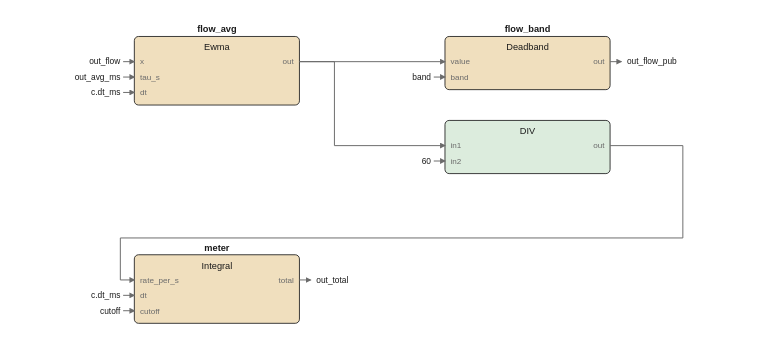
Above: images/logic/irr_mtr_output_fbd.drawio.svg in pstch/botanik2 (draw.io), before the change. Source tidied: cells renumbered, new cells last; positions are measured from the earlier drawing's top-left corner, leaving out a move shared by most shapes.
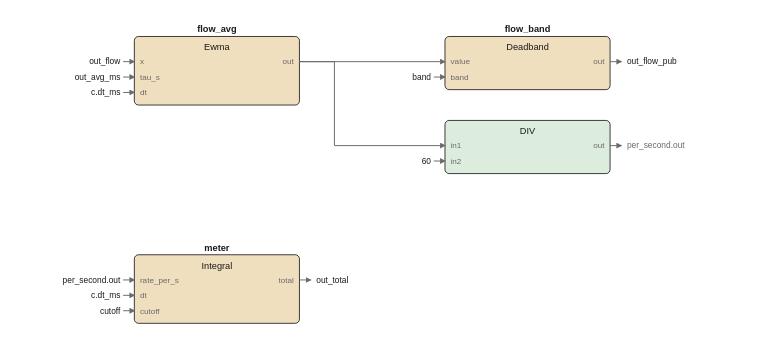
Later version of the same file.

Diff of the diagram source:
```diff
@@ -97,94 +97,100 @@
     </mxCell>
     <mxCell id="31" style="edgeStyle=none;html=1;strokeColor=#6b6b6b;endArrow=block;" parent="1" edge="1">
       <mxGeometry relative="1" as="geometry">
-        <mxPoint x="128" y="28" as="sourcePoint" />
-        <mxPoint x="232" y="28" as="targetPoint" />
+        <mxPoint x="350" y="88" as="sourcePoint" />
+        <mxPoint x="358" y="88" as="targetPoint" />
       </mxGeometry>
     </mxCell>
-    <mxCell id="32" style="edgeStyle=none;html=1;strokeColor=#6b6b6b;endArrow=block;" parent="1" edge="1">
-      <mxGeometry relative="1" as="geometry">
-        <mxPoint x="128" y="28" as="sourcePoint" />
-        <mxPoint x="232" y="88" as="targetPoint" />
-        <Array as="points">
-          <mxPoint x="153" y="28" />
-          <mxPoint x="153" y="88" />
-        </Array>
-      </mxGeometry>
-    </mxCell>
+    <mxCell id="48" value="per_second.out" style="text;html=1;fontSize=6;fontColor=#6b6b6b;align=left;" parent="1" vertex="1">
+      <mxGeometry x="362" y="84" width="70" height="10" as="geometry" />
+    </mxCell>
     <mxCell id="33" style="edgeStyle=none;html=1;strokeColor=#6b6b6b;endArrow=block;" parent="1" edge="1">
       <mxGeometry relative="1" as="geometry">
-        <mxPoint x="350" y="88" as="sourcePoint" />
-        <mxPoint x="10" y="184" as="targetPoint" />
-        <Array as="points">
-          <mxPoint x="402" y="88" />
-          <mxPoint x="402" y="154" />
-          <mxPoint y="154" />
-          <mxPoint y="184" />
-        </Array>
+        <mxPoint x="128" y="28" as="sourcePoint" />
+        <mxPoint x="232" y="28" as="targetPoint" />
       </mxGeometry>
     </mxCell>
+    <mxCell id="49" style="edgeStyle=none;html=1;strokeColor=#6b6b6b;endArrow=block;" parent="1" edge="1">
+      <mxGeometry relative="1" as="geometry">
+        <mxPoint x="128" y="28" as="sourcePoint" />
+        <mxPoint x="232" y="88" as="targetPoint" />
+        <Array as="points">
+          <mxPoint x="153" y="28" />
+          <mxPoint x="153" y="88" />
+        </Array>
+      </mxGeometry>
+    </mxCell>
     <mxCell id="34" value="out_flow" style="text;html=1;fontSize=6;fontColor=#1a1a1a;align=left;" parent="1" vertex="1">
       <mxGeometry y="24" width="40" height="10" as="geometry" />
     </mxCell>
-    <mxCell id="35" style="edgeStyle=none;html=1;strokeColor=#6b6b6b;endArrow=block;" parent="1" edge="1">
-      <mxGeometry relative="1" as="geometry">
-        <mxPoint x="2" y="28" as="sourcePoint" />
-        <mxPoint x="10" y="28" as="targetPoint" />
-      </mxGeometry>
-    </mxCell>
+    <mxCell id="50" style="edgeStyle=none;html=1;strokeColor=#6b6b6b;endArrow=block;" parent="1" edge="1">
+      <mxGeometry relative="1" as="geometry">
+        <mxPoint x="2" y="28" as="sourcePoint" />
+        <mxPoint x="10" y="28" as="targetPoint" />
+      </mxGeometry>
+    </mxCell>
     <mxCell id="36" value="out_avg_ms" style="text;html=1;fontSize=6;fontColor=#1a1a1a;align=left;" parent="1" vertex="1">
       <mxGeometry y="35" width="50" height="10" as="geometry" />
     </mxCell>
-    <mxCell id="37" style="edgeStyle=none;html=1;strokeColor=#6b6b6b;endArrow=block;" parent="1" edge="1">
-      <mxGeometry relative="1" as="geometry">
-        <mxPoint x="2" y="39" as="sourcePoint" />
-        <mxPoint x="10" y="39" as="targetPoint" />
-      </mxGeometry>
-    </mxCell>
+    <mxCell id="51" style="edgeStyle=none;html=1;strokeColor=#6b6b6b;endArrow=block;" parent="1" edge="1">
+      <mxGeometry relative="1" as="geometry">
+        <mxPoint x="2" y="39" as="sourcePoint" />
+        <mxPoint x="10" y="39" as="targetPoint" />
+      </mxGeometry>
+    </mxCell>
     <mxCell id="38" value="c.dt_ms" style="text;html=1;fontSize=6;fontColor=#1a1a1a;align=left;" parent="1" vertex="1">
       <mxGeometry y="46" width="40" height="10" as="geometry" />
     </mxCell>
-    <mxCell id="39" style="edgeStyle=none;html=1;strokeColor=#6b6b6b;endArrow=block;" parent="1" edge="1">
-      <mxGeometry relative="1" as="geometry">
-        <mxPoint x="2" y="50" as="sourcePoint" />
-        <mxPoint x="10" y="50" as="targetPoint" />
-      </mxGeometry>
-    </mxCell>
+    <mxCell id="52" style="edgeStyle=none;html=1;strokeColor=#6b6b6b;endArrow=block;" parent="1" edge="1">
+      <mxGeometry relative="1" as="geometry">
+        <mxPoint x="2" y="50" as="sourcePoint" />
+        <mxPoint x="10" y="50" as="targetPoint" />
+      </mxGeometry>
+    </mxCell>
     <mxCell id="40" value="band" style="text;html=1;fontSize=6;fontColor=#1a1a1a;align=left;" parent="1" vertex="1">
       <mxGeometry x="222" y="35" width="40" height="10" as="geometry" />
     </mxCell>
-    <mxCell id="41" style="edgeStyle=none;html=1;strokeColor=#6b6b6b;endArrow=block;" parent="1" edge="1">
-      <mxGeometry relative="1" as="geometry">
-        <mxPoint x="224" y="39" as="sourcePoint" />
-        <mxPoint x="232" y="39" as="targetPoint" />
-      </mxGeometry>
-    </mxCell>
+    <mxCell id="53" style="edgeStyle=none;html=1;strokeColor=#6b6b6b;endArrow=block;" parent="1" edge="1">
+      <mxGeometry relative="1" as="geometry">
+        <mxPoint x="224" y="39" as="sourcePoint" />
+        <mxPoint x="232" y="39" as="targetPoint" />
+      </mxGeometry>
+    </mxCell>
     <mxCell id="42" value="60" style="text;html=1;fontSize=6;fontColor=#1a1a1a;align=left;" parent="1" vertex="1">
       <mxGeometry x="222" y="95" width="40" height="10" as="geometry" />
     </mxCell>
-    <mxCell id="43" style="edgeStyle=none;html=1;strokeColor=#6b6b6b;endArrow=block;" parent="1" edge="1">
-      <mxGeometry relative="1" as="geometry">
-        <mxPoint x="224" y="99" as="sourcePoint" />
-        <mxPoint x="232" y="99" as="targetPoint" />
-      </mxGeometry>
-    </mxCell>
+    <mxCell id="54" style="edgeStyle=none;html=1;strokeColor=#6b6b6b;endArrow=block;" parent="1" edge="1">
+      <mxGeometry relative="1" as="geometry">
+        <mxPoint x="224" y="99" as="sourcePoint" />
+        <mxPoint x="232" y="99" as="targetPoint" />
+      </mxGeometry>
+    </mxCell>
+    <mxCell id="55" value="per_second.out" style="text;html=1;fontSize=6;fontColor=#1a1a1a;align=left;" parent="1" vertex="1">
+      <mxGeometry y="180" width="70" height="10" as="geometry" />
+    </mxCell>
+    <mxCell id="56" style="edgeStyle=none;html=1;strokeColor=#6b6b6b;endArrow=block;" parent="1" edge="1">
+      <mxGeometry relative="1" as="geometry">
+        <mxPoint x="2" y="184" as="sourcePoint" />
+        <mxPoint x="10" y="184" as="targetPoint" />
+      </mxGeometry>
+    </mxCell>
     <mxCell id="44" value="c.dt_ms" style="text;html=1;fontSize=6;fontColor=#1a1a1a;align=left;" parent="1" vertex="1">
       <mxGeometry y="191" width="40" height="10" as="geometry" />
     </mxCell>
-    <mxCell id="45" style="edgeStyle=none;html=1;strokeColor=#6b6b6b;endArrow=block;" parent="1" edge="1">
-      <mxGeometry relative="1" as="geometry">
-        <mxPoint x="2" y="195" as="sourcePoint" />
-        <mxPoint x="10" y="195" as="targetPoint" />
-      </mxGeometry>
-    </mxCell>
+    <mxCell id="57" style="edgeStyle=none;html=1;strokeColor=#6b6b6b;endArrow=block;" parent="1" edge="1">
+      <mxGeometry relative="1" as="geometry">
+        <mxPoint x="2" y="195" as="sourcePoint" />
+        <mxPoint x="10" y="195" as="targetPoint" />
+      </mxGeometry>
+    </mxCell>
     <mxCell id="46" value="cutoff" style="text;html=1;fontSize=6;fontColor=#1a1a1a;align=left;" parent="1" vertex="1">
       <mxGeometry y="202" width="40" height="10" as="geometry" />
     </mxCell>
-    <mxCell id="47" style="edgeStyle=none;html=1;strokeColor=#6b6b6b;endArrow=block;" parent="1" edge="1">
-      <mxGeometry relative="1" as="geometry">
-        <mxPoint x="2" y="206" as="sourcePoint" />
-        <mxPoint x="10" y="206" as="targetPoint" />
-      </mxGeometry>
-    </mxCell>
+    <mxCell id="58" style="edgeStyle=none;html=1;strokeColor=#6b6b6b;endArrow=block;" parent="1" edge="1">
+      <mxGeometry relative="1" as="geometry">
+        <mxPoint x="2" y="206" as="sourcePoint" />
+        <mxPoint x="10" y="206" as="targetPoint" />
+      </mxGeometry>
+    </mxCell>
   </root>
 </mxGraphModel>
```
